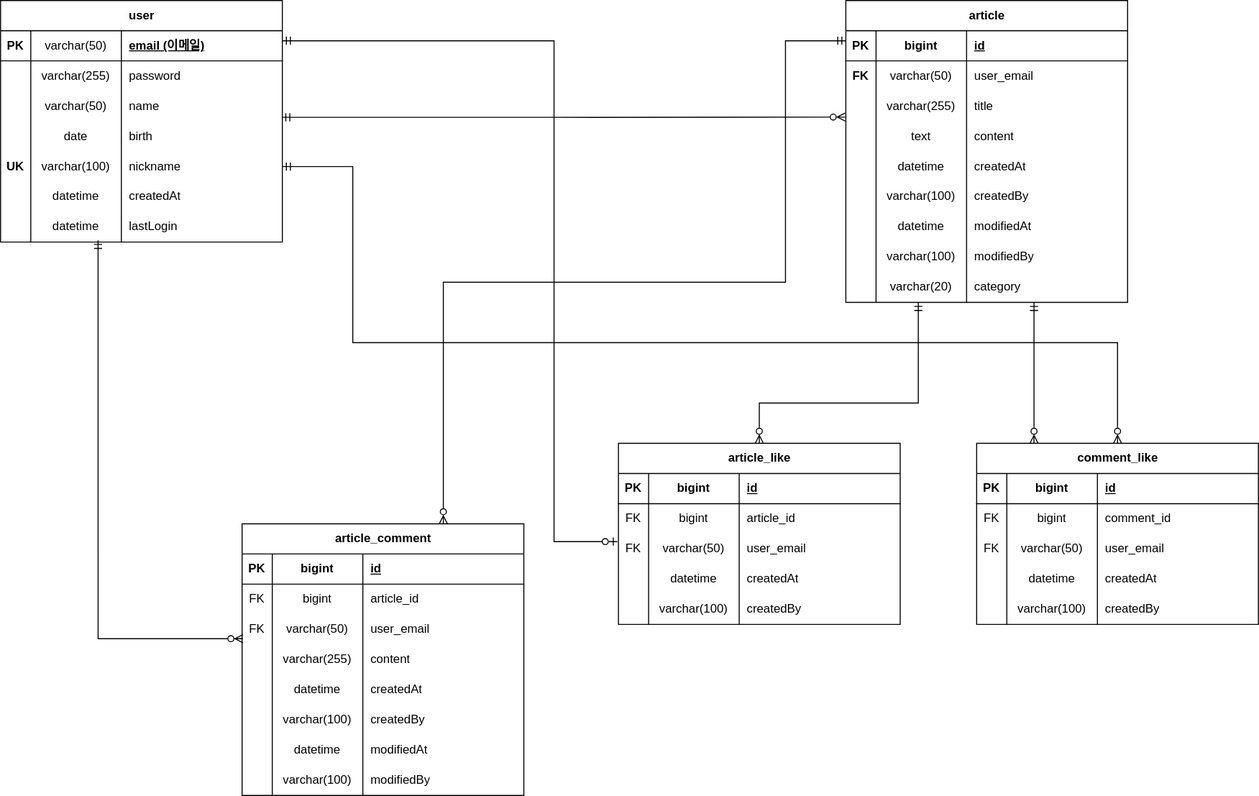
The draw.io diagram back/src/main/resources/ERD.svg in 6810779s/board-fullstack-pjt, before a commit. Source tidied: cells renumbered, new cells last; positions are measured from the earlier drawing's top-left corner, leaving out a move shared by most shapes.
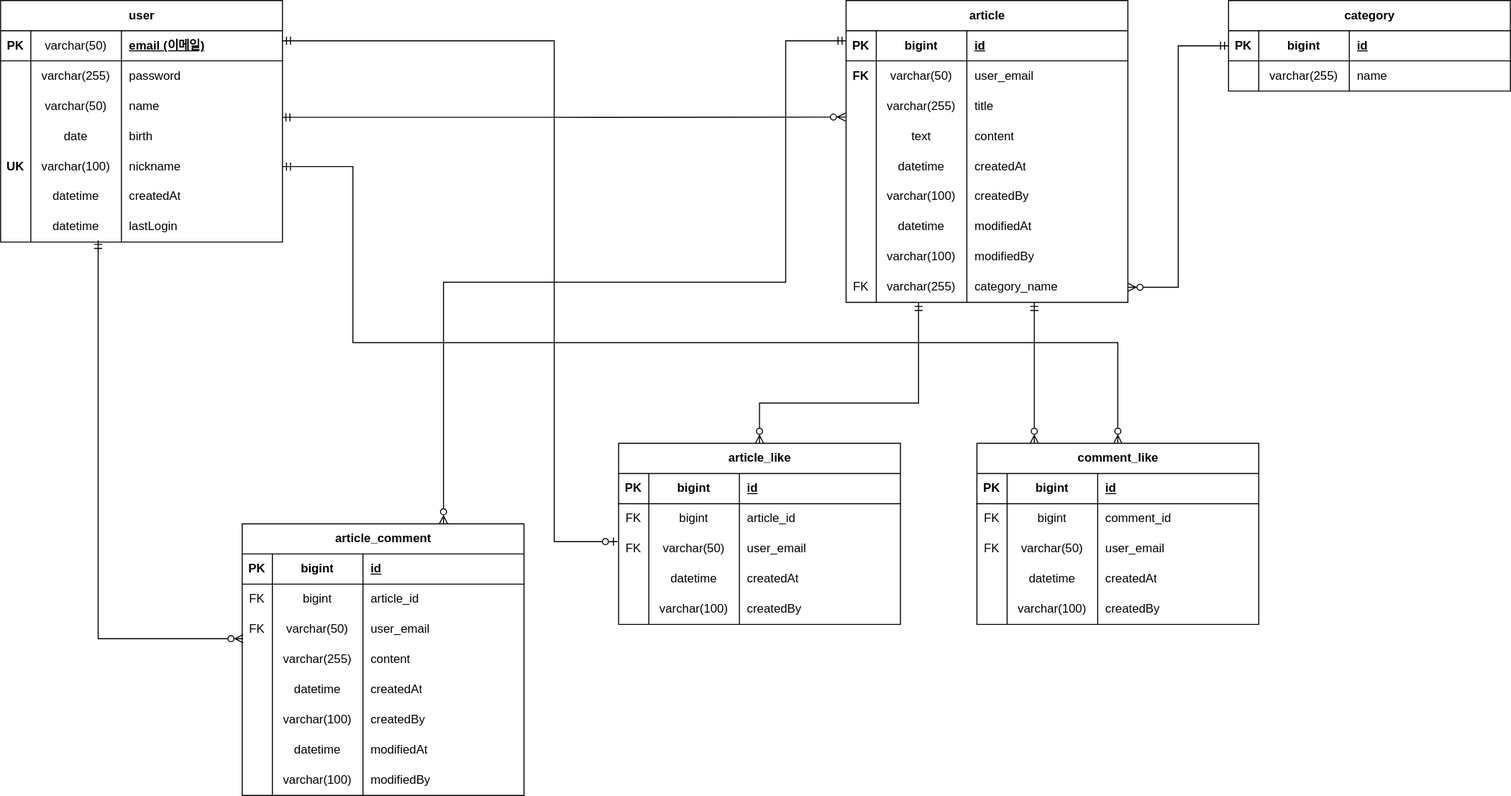
The same diagram one commit later.

Commit message:
[chore] category entity 추가

The edit, as a diff of the source:
```diff
@@ -191,13 +191,13 @@
     <mxCell id="64" style="shape=tableRow;horizontal=0;startSize=0;swimlaneHead=0;swimlaneBody=0;fillColor=none;points=[[0,0.5],[1,0.5]];portConstraint=eastwest;top=0;left=0;right=0;bottom=0;" parent="31" vertex="1">
       <mxGeometry y="270" width="280" height="30" as="geometry" />
     </mxCell>
-    <mxCell id="65" style="shape=partialRectangle;fillColor=none;top=0;left=0;bottom=0;right=0;overflow=hidden;whiteSpace=wrap;html=1;" parent="64" vertex="1">
+    <mxCell id="65" value="FK" style="shape=partialRectangle;fillColor=none;top=0;left=0;bottom=0;right=0;overflow=hidden;whiteSpace=wrap;html=1;" parent="64" vertex="1">
       <mxGeometry width="30" height="30" as="geometry" />
     </mxCell>
-    <mxCell id="66" value="varchar(20)" style="shape=partialRectangle;fillColor=none;top=0;left=0;bottom=0;right=0;overflow=hidden;whiteSpace=wrap;html=1;" parent="64" vertex="1">
+    <mxCell id="66" value="varchar(255)" style="shape=partialRectangle;fillColor=none;top=0;left=0;bottom=0;right=0;overflow=hidden;whiteSpace=wrap;html=1;" parent="64" vertex="1">
       <mxGeometry x="30" width="90" height="30" as="geometry" />
     </mxCell>
-    <mxCell id="67" value="category" style="shape=partialRectangle;fillColor=none;top=0;left=0;bottom=0;right=0;align=left;spacingLeft=6;overflow=hidden;whiteSpace=wrap;html=1;" parent="64" vertex="1">
+    <mxCell id="67" value="category_name" style="shape=partialRectangle;fillColor=none;top=0;left=0;bottom=0;right=0;align=left;spacingLeft=6;overflow=hidden;whiteSpace=wrap;html=1;" parent="64" vertex="1">
       <mxGeometry x="120" width="160" height="30" as="geometry" />
     </mxCell>
     <mxCell id="68" value="article_comment" style="shape=table;startSize=30;rowLines=0;fontStyle=1;align=center;html=1;" parent="1" vertex="1">
@@ -485,5 +485,35 @@
         </Array>
       </mxGeometry>
     </mxCell>
+    <mxCell id="150" value="category" style="shape=table;startSize=30;rowLines=0;fontStyle=1;align=center;html=1;" parent="1" vertex="1">
+      <mxGeometry x="1220" width="280" height="90" as="geometry" />
+    </mxCell>
+    <mxCell id="151" style="shape=tableRow;horizontal=0;startSize=0;swimlaneHead=0;swimlaneBody=0;fillColor=none;points=[[0,0.5],[1,0.5]];portConstraint=eastwest;top=0;left=0;right=0;bottom=1;" parent="150" vertex="1">
+      <mxGeometry y="30" width="280" height="30" as="geometry" />
+    </mxCell>
+    <mxCell id="152" value="PK" style="shape=partialRectangle;fillColor=none;top=0;left=0;bottom=0;right=0;fontStyle=1;overflow=hidden;whiteSpace=wrap;html=1;" parent="151" vertex="1">
+      <mxGeometry width="30" height="30" as="geometry" />
+    </mxCell>
+    <mxCell id="153" value="bigint" style="shape=partialRectangle;fillColor=none;top=0;left=0;bottom=0;right=0;fontStyle=1;overflow=hidden;whiteSpace=wrap;html=1;" parent="151" vertex="1">
+      <mxGeometry x="30" width="90" height="30" as="geometry" />
+    </mxCell>
+    <mxCell id="154" value="id" style="shape=partialRectangle;fillColor=none;top=0;left=0;bottom=0;right=0;align=left;spacingLeft=6;fontStyle=5;overflow=hidden;whiteSpace=wrap;html=1;colspan=2;" parent="151" vertex="1">
+      <mxGeometry x="120" width="160" height="30" as="geometry" />
+    </mxCell>
+    <mxCell id="155" style="shape=tableRow;horizontal=0;startSize=0;swimlaneHead=0;swimlaneBody=0;fillColor=none;top=0;left=0;right=0;bottom=0;" parent="150" vertex="1">
+      <mxGeometry y="60" width="280" height="30" as="geometry" />
+    </mxCell>
+    <mxCell id="156" style="shape=partialRectangle;fillColor=none;top=0;left=0;bottom=0;right=0;overflow=hidden;whiteSpace=wrap;html=1;" parent="155" vertex="1">
+      <mxGeometry width="30" height="30" as="geometry" />
+    </mxCell>
+    <mxCell id="157" value="varchar(255)" style="shape=partialRectangle;fillColor=none;top=0;left=0;bottom=0;right=0;overflow=hidden;whiteSpace=wrap;html=1;" parent="155" vertex="1">
+      <mxGeometry x="30" width="90" height="30" as="geometry" />
+    </mxCell>
+    <mxCell id="158" value="name" style="shape=partialRectangle;fillColor=none;top=0;left=0;bottom=0;right=0;align=left;spacingLeft=6;overflow=hidden;whiteSpace=wrap;html=1;" parent="155" vertex="1">
+      <mxGeometry x="120" width="160" height="30" as="geometry" />
+    </mxCell>
+    <mxCell id="159" style="edgeStyle=orthogonalEdgeStyle;rounded=0;jettySize=auto;html=1;exitX=1;exitY=0.5;exitDx=0;exitDy=0;entryX=0;entryY=0.5;entryDx=0;entryDy=0;endArrow=ERmandOne;endFill=0;startArrow=ERzeroToMany;startFill=0;" parent="1" edge="1" source="64" target="151">
+      <mxGeometry relative="1" as="geometry" />
+    </mxCell>
   </root>
 </mxGraphModel>
```
